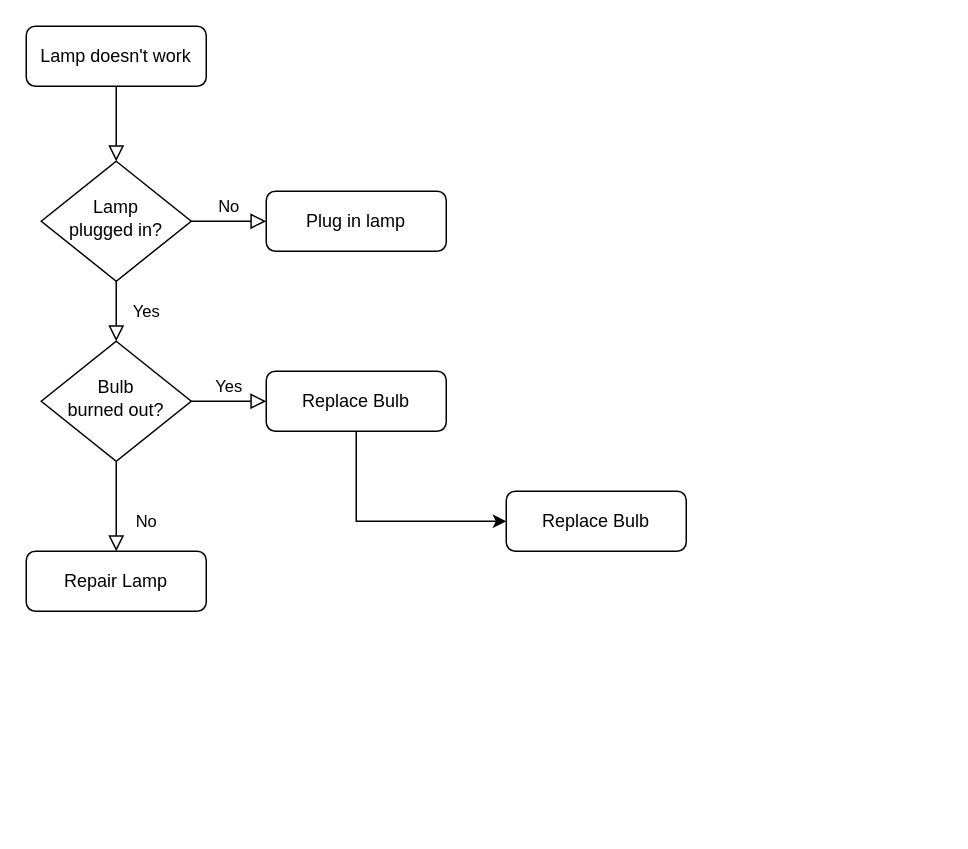
Earlier version of the draw.io diagram flowchart.drawio (penghl/drawio-test). Source tidied: cells renumbered, new cells numbered last; positions are measured from the earlier drawing's top-left corner, leaving out a move shared by most shapes. Both pictures are drawn from the tidied source at 150%, with x=0, y=0 at pixel (26, 26).
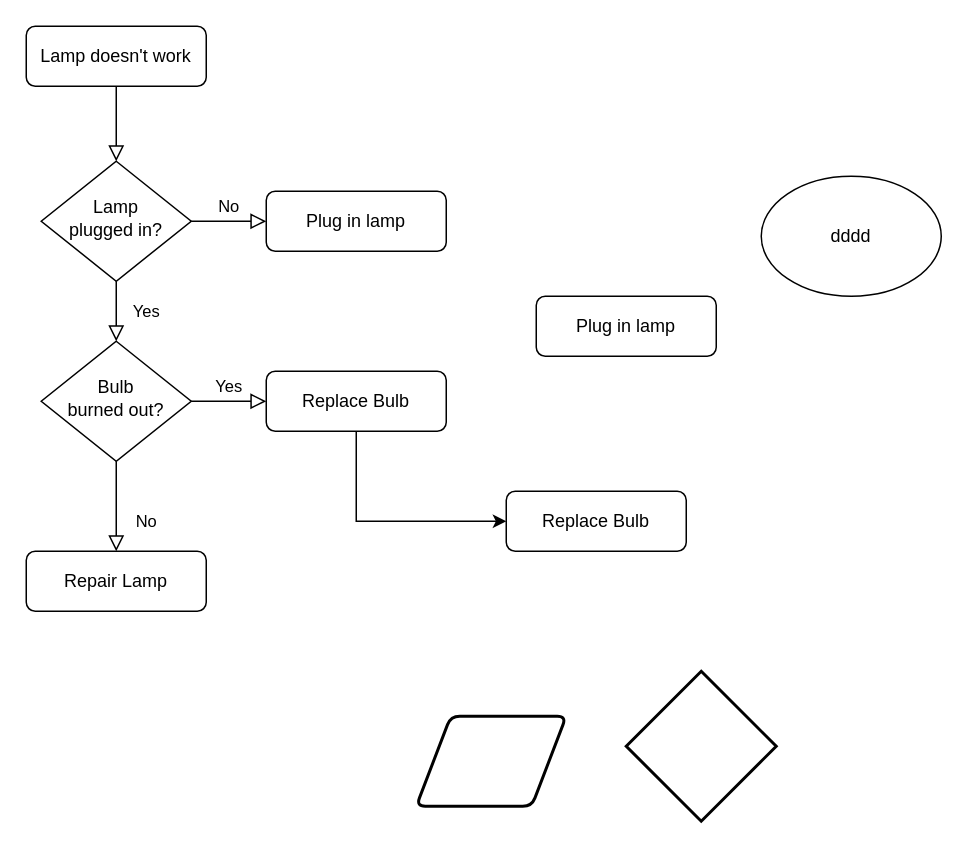
Above is the later version.

Change to the diagram source:
```diff
@@
 <mxGraphModel>
   <root>
     <mxCell id="0" />
     <mxCell id="1" parent="0" />
     <mxCell id="2" style="rounded=0;html=1;jettySize=auto;fontSize=11;endArrow=block;endFill=0;endSize=8;strokeWidth=1;shadow=0;labelBackgroundColor=none;edgeStyle=orthogonalEdgeStyle;" parent="1" edge="1" source="3" target="6">
       <mxGeometry relative="1" as="geometry" />
     </mxCell>
     <mxCell id="3" value="Lamp doesn't work" style="rounded=1;whiteSpace=wrap;html=1;fontSize=12;glass=0;strokeWidth=1;shadow=0;" parent="1" vertex="1">
       <mxGeometry width="120" height="40" as="geometry" />
     </mxCell>
     <mxCell id="4" value="Yes" style="rounded=0;html=1;jettySize=auto;fontSize=11;endArrow=block;endFill=0;endSize=8;strokeWidth=1;shadow=0;labelBackgroundColor=none;edgeStyle=orthogonalEdgeStyle;" parent="1" edge="1" source="6" target="10">
       <mxGeometry y="20" relative="1" as="geometry" />
     </mxCell>
     <mxCell id="5" value="No" style="edgeStyle=orthogonalEdgeStyle;rounded=0;html=1;jettySize=auto;fontSize=11;endArrow=block;endFill=0;endSize=8;strokeWidth=1;shadow=0;labelBackgroundColor=none;" parent="1" edge="1" source="6" target="7">
       <mxGeometry y="10" relative="1" as="geometry" />
     </mxCell>
     <mxCell id="6" value="Lamp&lt;br&gt;plugged in?" style="rhombus;whiteSpace=wrap;html=1;shadow=0;fontFamily=Helvetica;fontSize=12;align=center;strokeWidth=1;spacing=6;spacingTop=-4;" parent="1" vertex="1">
       <mxGeometry x="10" y="90" width="100" height="80" as="geometry" />
     </mxCell>
     <mxCell id="7" value="Plug in lamp" style="rounded=1;whiteSpace=wrap;html=1;fontSize=12;glass=0;strokeWidth=1;shadow=0;" parent="1" vertex="1">
       <mxGeometry x="160" y="110" width="120" height="40" as="geometry" />
     </mxCell>
     <mxCell id="8" value="No" style="rounded=0;html=1;jettySize=auto;fontSize=11;endArrow=block;endFill=0;endSize=8;strokeWidth=1;shadow=0;labelBackgroundColor=none;edgeStyle=orthogonalEdgeStyle;" parent="1" edge="1" source="10" target="11">
       <mxGeometry x="0.33" y="20" relative="1" as="geometry" />
     </mxCell>
     <mxCell id="9" value="Yes" style="edgeStyle=orthogonalEdgeStyle;rounded=0;html=1;jettySize=auto;fontSize=11;endArrow=block;endFill=0;endSize=8;strokeWidth=1;shadow=0;labelBackgroundColor=none;" parent="1" edge="1" source="10" target="13">
       <mxGeometry y="10" relative="1" as="geometry" />
     </mxCell>
     <mxCell id="10" value="Bulb&lt;br&gt;burned out?" style="rhombus;whiteSpace=wrap;html=1;shadow=0;fontFamily=Helvetica;fontSize=12;align=center;strokeWidth=1;spacing=6;spacingTop=-4;" parent="1" vertex="1">
       <mxGeometry x="10" y="210" width="100" height="80" as="geometry" />
     </mxCell>
     <mxCell id="11" value="Repair Lamp" style="rounded=1;whiteSpace=wrap;html=1;fontSize=12;glass=0;strokeWidth=1;shadow=0;" parent="1" vertex="1">
       <mxGeometry y="350" width="120" height="40" as="geometry" />
     </mxCell>
     <mxCell id="12" style="edgeStyle=orthogonalEdgeStyle;rounded=0;jettySize=auto;html=1;exitX=0.5;exitY=1;exitDx=0;exitDy=0;entryX=0;entryY=0.5;entryDx=0;entryDy=0;" parent="1" edge="1" source="13" target="14">
       <mxGeometry relative="1" as="geometry" />
     </mxCell>
     <mxCell id="13" value="Replace Bulb" style="rounded=1;whiteSpace=wrap;html=1;fontSize=12;glass=0;strokeWidth=1;shadow=0;" parent="1" vertex="1">
       <mxGeometry x="160" y="230" width="120" height="40" as="geometry" />
     </mxCell>
     <mxCell id="14" value="Replace Bulb" style="rounded=1;whiteSpace=wrap;html=1;fontSize=12;glass=0;strokeWidth=1;shadow=0;" parent="1" vertex="1">
       <mxGeometry x="320" y="310" width="120" height="40" as="geometry" />
     </mxCell>
+    <mxCell id="15" value="dddd" style="ellipse;whiteSpace=wrap;html=1;" parent="1" vertex="1">
+      <mxGeometry x="490" y="100" width="120" height="80" as="geometry" />
+    </mxCell>
+    <mxCell id="16" value="Plug in lamp" style="rounded=1;whiteSpace=wrap;html=1;fontSize=12;glass=0;strokeWidth=1;shadow=0;" parent="1" vertex="1">
+      <mxGeometry x="340" y="180" width="120" height="40" as="geometry" />
+    </mxCell>
+    <mxCell id="17" style="shape=parallelogram;html=1;strokeWidth=2;perimeter=parallelogramPerimeter;whiteSpace=wrap;rounded=1;arcSize=12;size=0.23;" parent="1" vertex="1">
+      <mxGeometry x="260" y="460" width="100" height="60" as="geometry" />
+    </mxCell>
+    <mxCell id="18" style="strokeWidth=2;html=1;shape=mxgraph.flowchart.decision;whiteSpace=wrap;" parent="1" vertex="1">
+      <mxGeometry x="400" y="430" width="100" height="100" as="geometry" />
+    </mxCell>
   </root>
 </mxGraphModel>
```
